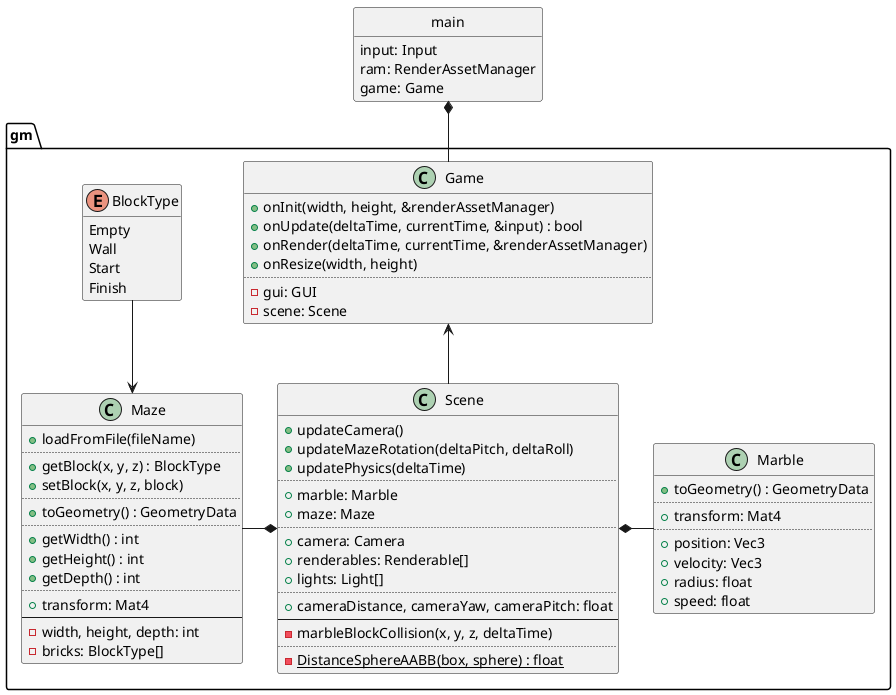
ba6er/marblemaze keeps this PlantUML diagram as design/game.png. Above is the earlier version.
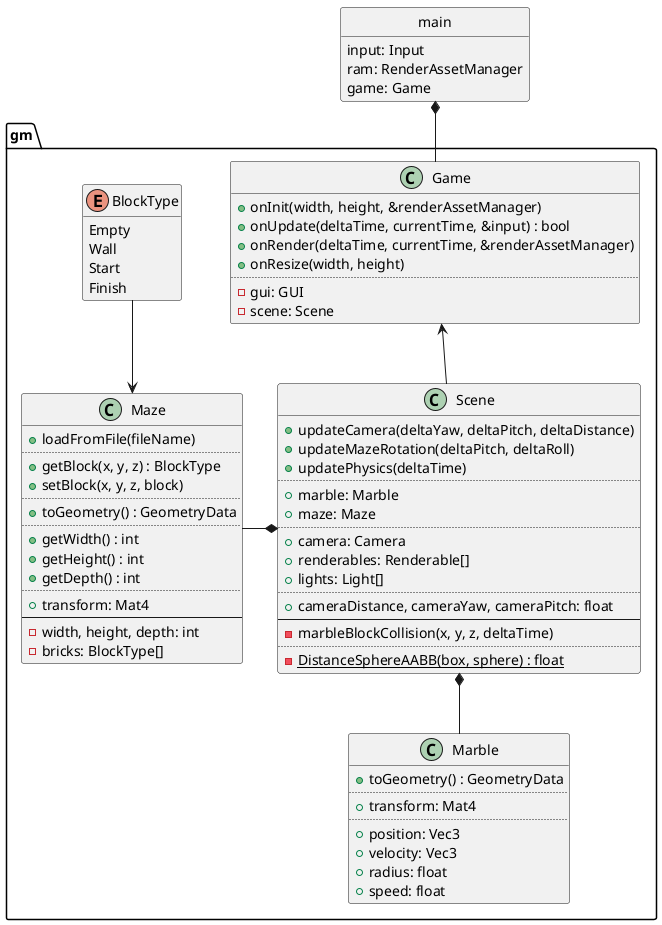
Above is the later version.

Commit message:
Moved Scene::updateCamera logic fully to scene, updated example screenshot

Change to the diagram source:
```diff
@@ -12,7 +12,7 @@
 }
 
 class gm::Scene {
-	+updateCamera()
+	+updateCamera(deltaYaw, deltaPitch, deltaDistance)
 	+updateMazeRotation(deltaPitch, deltaRoll)
 	+updatePhysics(deltaTime)
 	..
@@ -81,6 +81,6 @@
 Maze <-up- BlockType
 
 Scene *-left- Maze
-Scene *-right- Marble
+Scene *-down- Marble
 
 @enduml
```
